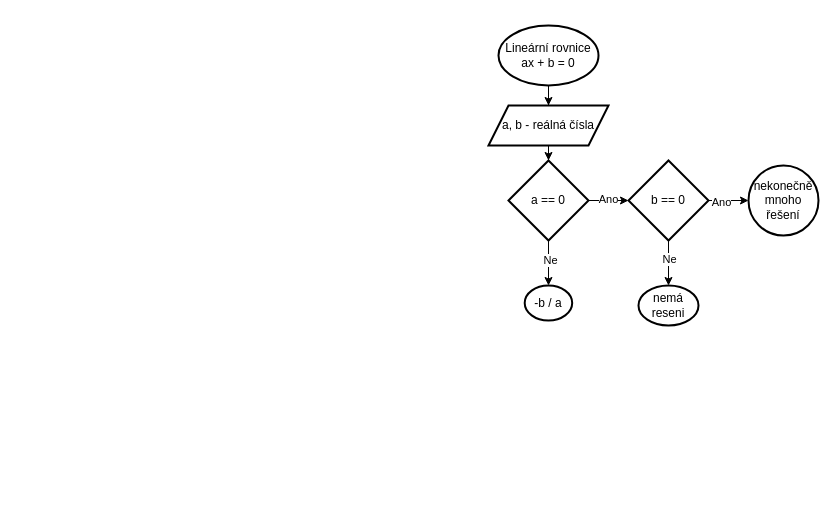
Above: 2025_EP/Algoritmizace/VD/2025_EP_Linearni_Kvadraticka_rovnice.drawio in JaroslavHolecek/SPS_for_students (draw.io), before the change. Source tidied: cells renumbered, new cells numbered last; positions are measured from the earlier drawing's top-left corner, leaving out a move shared by most shapes. Both pictures are drawn from the tidied source at 100%, with x=0, y=0 at pixel (488, 25).
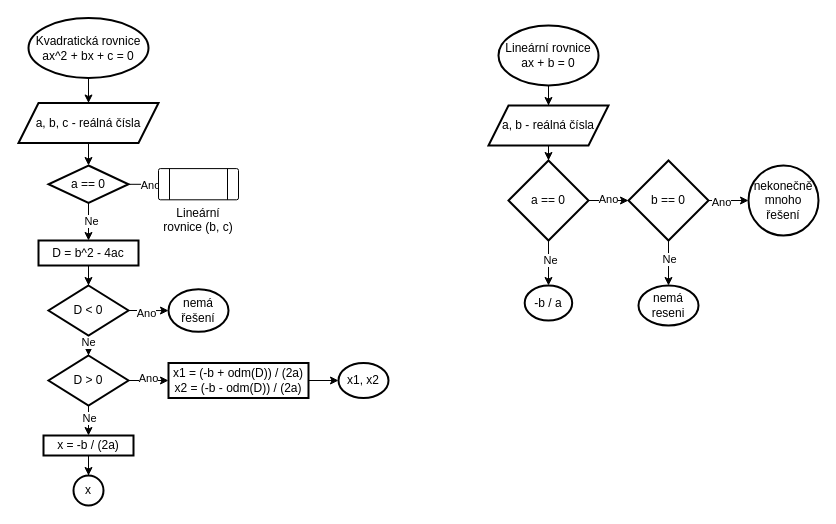
Above is the later version.

The edit, as a diff of the source:
```diff
@@
+    <mxCell id="19" style="edgeStyle=orthogonalEdgeStyle;rounded=0;jettySize=auto;html=1;" parent="1" edge="1" source="20" target="22">
+      <mxGeometry relative="1" as="geometry" />
+    </mxCell>
+    <mxCell id="20" value="Kvadratická rovnice&lt;br&gt;ax^2 + bx + c = 0" style="strokeWidth=2;html=1;shape=mxgraph.flowchart.start_1;whiteSpace=wrap;" parent="1" vertex="1">
+      <mxGeometry x="-460" y="-7.5" width="120" height="60" as="geometry" />
+    </mxCell>
+    <mxCell id="21" style="edgeStyle=orthogonalEdgeStyle;rounded=0;jettySize=auto;html=1;" parent="1" edge="1" source="22" target="46">
+      <mxGeometry relative="1" as="geometry" />
+    </mxCell>
+    <mxCell id="22" value="a, b, c - reálná čísla" style="shape=parallelogram;perimeter=parallelogramPerimeter;whiteSpace=wrap;html=1;fixedSize=1;strokeWidth=2;" parent="1" vertex="1">
+      <mxGeometry x="-470" y="77.5" width="140" height="40" as="geometry" />
+    </mxCell>
+    <mxCell id="23" style="edgeStyle=orthogonalEdgeStyle;rounded=0;jettySize=auto;html=1;" parent="1" edge="1" source="24" target="29">
+      <mxGeometry relative="1" as="geometry" />
+    </mxCell>
+    <mxCell id="24" value="D = b^2 - 4ac" style="whiteSpace=wrap;html=1;strokeWidth=2;" parent="1" vertex="1">
+      <mxGeometry x="-450" y="215" width="100" height="25" as="geometry" />
+    </mxCell>
+    <mxCell id="25" style="edgeStyle=orthogonalEdgeStyle;rounded=0;jettySize=auto;html=1;" parent="1" edge="1" source="29" target="30">
+      <mxGeometry relative="1" as="geometry" />
+    </mxCell>
+    <mxCell id="26" value="Ano" style="edgeLabel;html=1;align=center;verticalAlign=middle;" parent="25" vertex="1">
+      <mxGeometry x="-0.31" y="-1" relative="1" as="geometry">
+        <mxPoint x="3" y="1" as="offset" />
+      </mxGeometry>
+    </mxCell>
+    <mxCell id="27" style="edgeStyle=orthogonalEdgeStyle;rounded=0;jettySize=auto;html=1;" parent="1" edge="1" source="29" target="35">
+      <mxGeometry relative="1" as="geometry" />
+    </mxCell>
+    <mxCell id="28" value="Ne" style="edgeLabel;html=1;align=center;verticalAlign=middle;" parent="27" vertex="1">
+      <mxGeometry x="0.13" y="1" relative="1" as="geometry" />
+    </mxCell>
+    <mxCell id="29" value="D &amp;lt; 0" style="rhombus;whiteSpace=wrap;html=1;strokeWidth=2;" parent="1" vertex="1">
+      <mxGeometry x="-440" y="260" width="80" height="50" as="geometry" />
+    </mxCell>
+    <mxCell id="30" value="nemá řešení" style="ellipse;whiteSpace=wrap;html=1;strokeWidth=2;" parent="1" vertex="1">
+      <mxGeometry x="-320" y="263.8" width="60" height="42.5" as="geometry" />
+    </mxCell>
+    <mxCell id="31" style="edgeStyle=orthogonalEdgeStyle;rounded=0;jettySize=auto;html=1;" parent="1" edge="1" source="35" target="37">
+      <mxGeometry relative="1" as="geometry" />
+    </mxCell>
+    <mxCell id="32" value="Ano" style="edgeLabel;html=1;align=center;verticalAlign=middle;" parent="31" vertex="1">
+      <mxGeometry x="-0.07" y="3" relative="1" as="geometry" />
+    </mxCell>
+    <mxCell id="33" style="edgeStyle=orthogonalEdgeStyle;rounded=0;jettySize=auto;html=1;" parent="1" edge="1" source="35" target="40">
+      <mxGeometry relative="1" as="geometry" />
+    </mxCell>
+    <mxCell id="34" value="Ne" style="edgeLabel;html=1;align=center;verticalAlign=middle;" parent="33" vertex="1">
+      <mxGeometry x="0.28" relative="1" as="geometry" />
+    </mxCell>
+    <mxCell id="35" value="D &amp;gt; 0" style="rhombus;whiteSpace=wrap;html=1;strokeWidth=2;" parent="1" vertex="1">
+      <mxGeometry x="-440" y="330" width="80" height="50" as="geometry" />
+    </mxCell>
+    <mxCell id="36" style="edgeStyle=orthogonalEdgeStyle;rounded=0;jettySize=auto;html=1;" parent="1" edge="1" source="37" target="38">
+      <mxGeometry relative="1" as="geometry" />
+    </mxCell>
+    <mxCell id="37" value="x1 = (-b + odm(D)) / (2a)&lt;br&gt;x2 = (-b - odm(D)) / (2a)" style="whiteSpace=wrap;html=1;strokeWidth=2;" parent="1" vertex="1">
+      <mxGeometry x="-320" y="337.5" width="140" height="35" as="geometry" />
+    </mxCell>
+    <mxCell id="38" value="x1, x2" style="ellipse;whiteSpace=wrap;html=1;strokeWidth=2;" parent="1" vertex="1">
+      <mxGeometry x="-150" y="337.5" width="50" height="35" as="geometry" />
+    </mxCell>
+    <mxCell id="39" style="edgeStyle=orthogonalEdgeStyle;rounded=0;jettySize=auto;html=1;" parent="1" edge="1" source="40" target="41">
+      <mxGeometry relative="1" as="geometry" />
+    </mxCell>
+    <mxCell id="40" value="x = -b / (2a)" style="whiteSpace=wrap;html=1;strokeWidth=2;" parent="1" vertex="1">
+      <mxGeometry x="-445" y="410" width="90" height="20" as="geometry" />
+    </mxCell>
+    <mxCell id="41" value="x" style="ellipse;whiteSpace=wrap;html=1;strokeWidth=2;" parent="1" vertex="1">
+      <mxGeometry x="-415" y="450" width="30" height="30" as="geometry" />
+    </mxCell>
+    <mxCell id="42" style="edgeStyle=orthogonalEdgeStyle;rounded=0;jettySize=auto;html=1;" parent="1" edge="1" source="46" target="24">
+      <mxGeometry relative="1" as="geometry" />
+    </mxCell>
+    <mxCell id="43" value="Ne" style="edgeLabel;html=1;align=center;verticalAlign=middle;" parent="42" vertex="1">
+      <mxGeometry x="-0.14" y="2" relative="1" as="geometry" />
+    </mxCell>
+    <mxCell id="44" style="edgeStyle=orthogonalEdgeStyle;rounded=0;jettySize=auto;html=1;" parent="1" edge="1" source="46" target="47">
+      <mxGeometry relative="1" as="geometry" />
+    </mxCell>
+    <mxCell id="45" value="Ano" style="edgeLabel;html=1;align=center;verticalAlign=middle;" parent="44" vertex="1">
+      <mxGeometry x="0.44" y="-1" relative="1" as="geometry" />
+    </mxCell>
+    <mxCell id="46" value="a == 0" style="rhombus;whiteSpace=wrap;html=1;strokeWidth=2;" parent="1" vertex="1">
+      <mxGeometry x="-440" y="140" width="80" height="37.5" as="geometry" />
+    </mxCell>
+    <mxCell id="47" value="Lineární rovnice (b, c)" style="verticalLabelPosition=bottom;verticalAlign=top;html=1;shape=process;whiteSpace=wrap;rounded=1;size=0.14;arcSize=6;" parent="1" vertex="1">
+      <mxGeometry x="-330" y="143.1" width="80" height="31.2" as="geometry" />
+    </mxCell>
```
